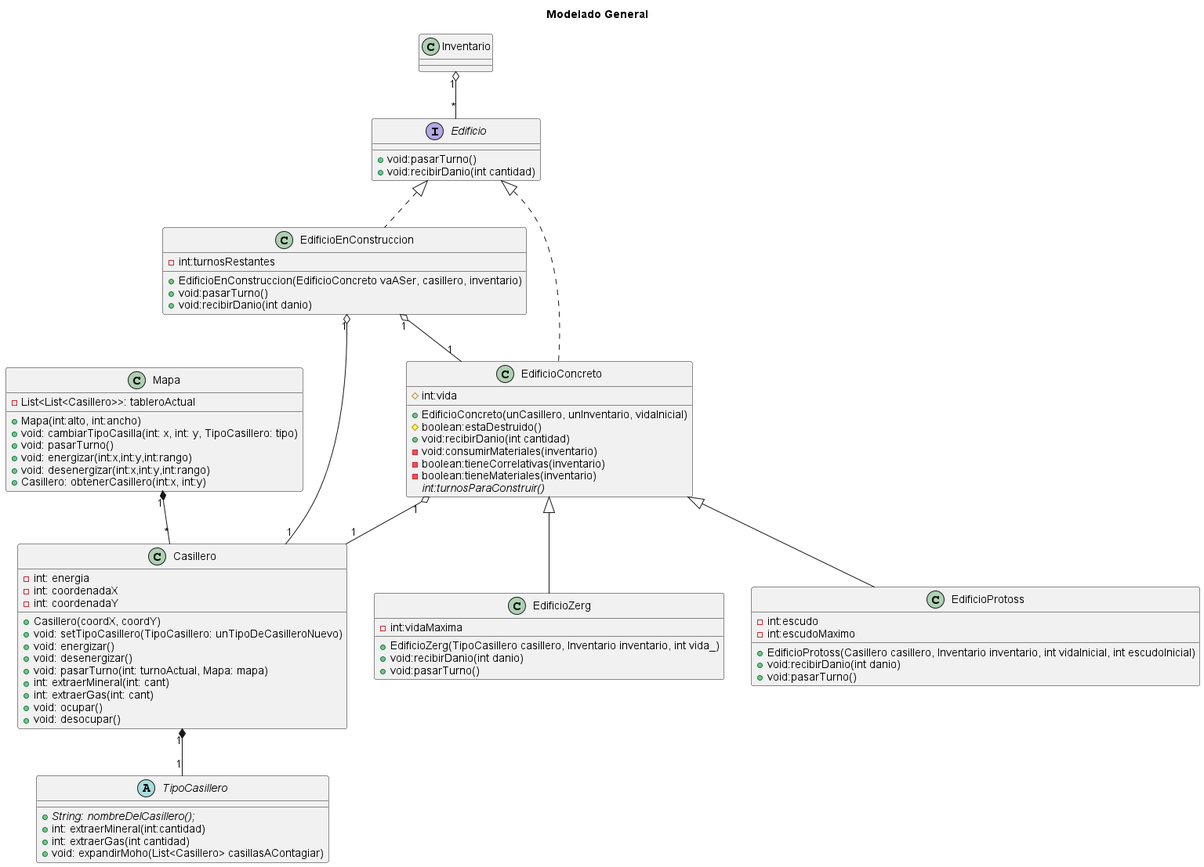
Earlier version of the PlantUML export diagrams/classes/modeloGeneral.png (m-cabrerar/AlgoStar). Its diagram source:
```plantuml
@startuml
title Modelado General

class Mapa {
    -List<List<Casillero>>: tableroActual
    +Mapa(int:alto, int:ancho)
    +void: cambiarTipoCasilla(int: x, int: y, TipoCasillero: tipo)
    +void: pasarTurno()
    +void: energizar(int:x,int:y,int:rango)
    +void: desenergizar(int:x,int:y,int:rango)
    +Casillero: obtenerCasillero(int:x, int:y)
}

class Casillero {
 - int: energia
 - int: coordenadaX
 - int: coordenadaY
 + Casillero(coordX, coordY)
 + void: setTipoCasillero(TipoCasillero: unTipoDeCasilleroNuevo)
 + void: energizar()
 + void: desenergizar()
 + void: pasarTurno(int: turnoActual, Mapa: mapa)
 + int: extraerMineral(int: cant)
 + int: extraerGas(int: cant)
 + void: ocupar()
 + void: desocupar()
}

abstract class TipoCasillero{
 + {abstract}String: nombreDelCasillero();
 + int: extraerMineral(int:cantidad)
 + int: extraerGas(int cantidad)
 + void: expandirMoho(List<Casillero> casillasAContagiar)
}

interface Edificio {
 + void:pasarTurno()
 + void:recibirDanio(int cantidad)
}

class EdificioConcreto {
 # int:vida
 + EdificioConcreto(unCasillero, unInventario, vidaInicial)
 # boolean:estaDestruido()
 + void:recibirDanio(int cantidad)
 - void:consumirMateriales(inventario)
 - boolean:tieneCorrelativas(inventario)
 - boolean:tieneMateriales(inventario)
 {abstract} int:turnosParaConstruir()
}

class EdificioEnConstruccion{
 - int:turnosRestantes
 + EdificioEnConstruccion(EdificioConcreto vaASer, casillero, inventario)
 + void:pasarTurno()
 + void:recibirDanio(int danio)
}

class EdificioZerg{
 - int:vidaMaxima
 + EdificioZerg(TipoCasillero casillero, Inventario inventario, int vida_)
 + void:recibirDanio(int danio)
 + void:pasarTurno()
}

class EdificioProtoss{
 - int:escudo
 - int:escudoMaximo
 + EdificioProtoss(Casillero casillero, Inventario inventario, int vidaInicial, int escudoInicial)
 + void:recibirDanio(int danio)
 + void:pasarTurno()
}

class Inventario {

}

Edificio <|.. EdificioConcreto
Edificio <|.. EdificioEnConstruccion
EdificioConcreto <|-- EdificioZerg
EdificioConcreto <|-- EdificioProtoss
EdificioEnConstruccion "1" o-- "1" EdificioConcreto
EdificioEnConstruccion "1" o-- "1" Casillero
EdificioConcreto "1" o-- "1" Casillero
Mapa "1" *-- "*" Casillero
Casillero "1" *-- "1" TipoCasillero
Inventario "1" o-- "*" Edificio
@enduml
```
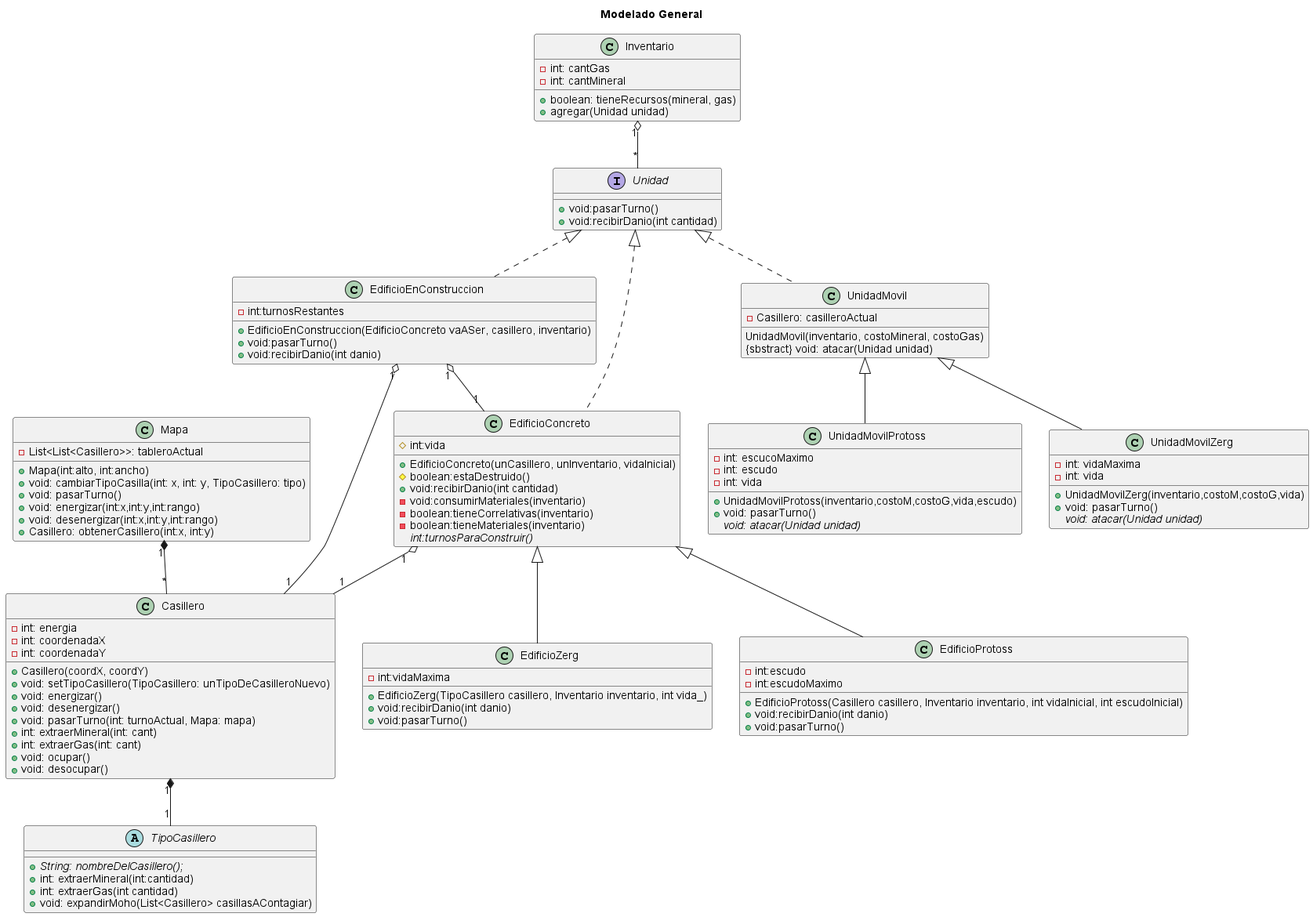
After the change.

The edit, as a diff of the source:
```diff
@@ -33,7 +33,7 @@
  + void: expandirMoho(List<Casillero> casillasAContagiar)
 }
 
-interface Edificio {
+interface Unidad {
  + void:pasarTurno()
  + void:recibirDanio(int cantidad)
 }
@@ -72,11 +72,37 @@
 }
 
 class Inventario {
-
+ - int: cantGas
+ - int: cantMineral
+ + boolean: tieneRecursos(mineral, gas)
+ + agregar(Unidad unidad)
 }
 
-Edificio <|.. EdificioConcreto
-Edificio <|.. EdificioEnConstruccion
+class UnidadMovil {
+ - Casillero: casilleroActual
+ UnidadMovil(inventario, costoMineral, costoGas)
+ {sbstract} void: atacar(Unidad unidad)
+}
+
+class UnidadMovilProtoss {
+ - int: escucoMaximo
+ - int: escudo
+ - int: vida
+ + UnidadMovilProtoss(inventario,costoM,costoG,vida,escudo)
+ + void: pasarTurno()
+ {abstract}void: atacar(Unidad unidad)
+}
+
+class UnidadMovilZerg{
+ - int: vidaMaxima
+ - int: vida
+ + UnidadMovilZerg(inventario,costoM,costoG,vida)
+ + void: pasarTurno()
+ {abstract}void: atacar(Unidad unidad)
+}
+
+Unidad <|.. EdificioConcreto
+Unidad <|.. EdificioEnConstruccion
 EdificioConcreto <|-- EdificioZerg
 EdificioConcreto <|-- EdificioProtoss
 EdificioEnConstruccion "1" o-- "1" EdificioConcreto
@@ -84,5 +110,8 @@
 EdificioConcreto "1" o-- "1" Casillero
 Mapa "1" *-- "*" Casillero
 Casillero "1" *-- "1" TipoCasillero
-Inventario "1" o-- "*" Edificio
+Inventario "1" o-- "*" Unidad
+Unidad <|.. UnidadMovil
+UnidadMovil <|-- UnidadMovilProtoss
+UnidadMovil <|-- UnidadMovilZerg
 @enduml
```
